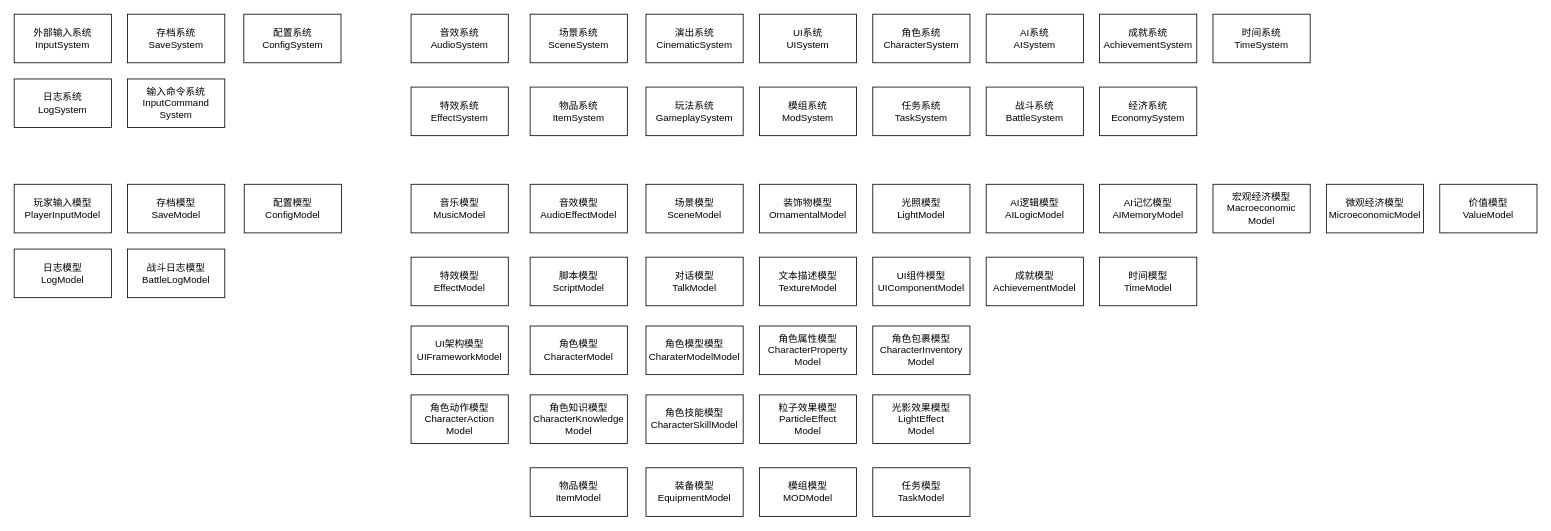
This is 流程图/系统框架.drawio from Karmel5950/NoteBook, a draw.io file, before an edit. Source tidied: cells renumbered, new cells numbered last; positions are measured from the earlier drawing's top-left corner, leaving out a move shared by most shapes. Both pictures are drawn from the tidied source at 81%, with x=0, y=0 at pixel (14, 14).
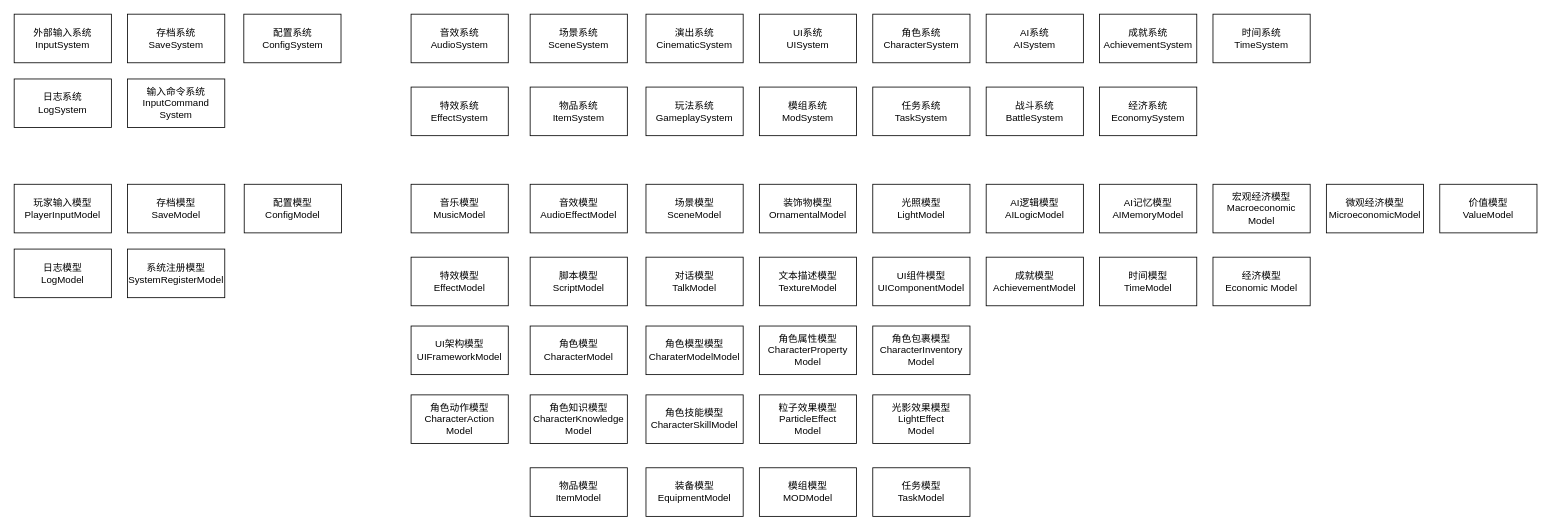
Above is the later version.

What changed in the source:
```diff
@@
-    <mxCell id="57" value="战斗日志模型&lt;br&gt;BattleLogModel" style="rounded=0;whiteSpace=wrap;html=1;" parent="1" vertex="1">
-      <mxGeometry x="140" y="290" width="120" height="60" as="geometry" />
-    </mxCell>
+    <mxCell id="58" value="系统注册模型&lt;br&gt;SystemRegisterModel" style="rounded=0;whiteSpace=wrap;html=1;" parent="1" vertex="1">
+      <mxGeometry x="140" y="290" width="120" height="60" as="geometry" />
+    </mxCell>
+    <mxCell id="59" value="经济模型&lt;br&gt;&lt;span style=&quot;text-align: left&quot;&gt;Economic Model&lt;/span&gt;" style="rounded=0;whiteSpace=wrap;html=1;" parent="1" vertex="1">
+      <mxGeometry x="1480" y="300" width="120" height="60" as="geometry" />
+    </mxCell>
```
